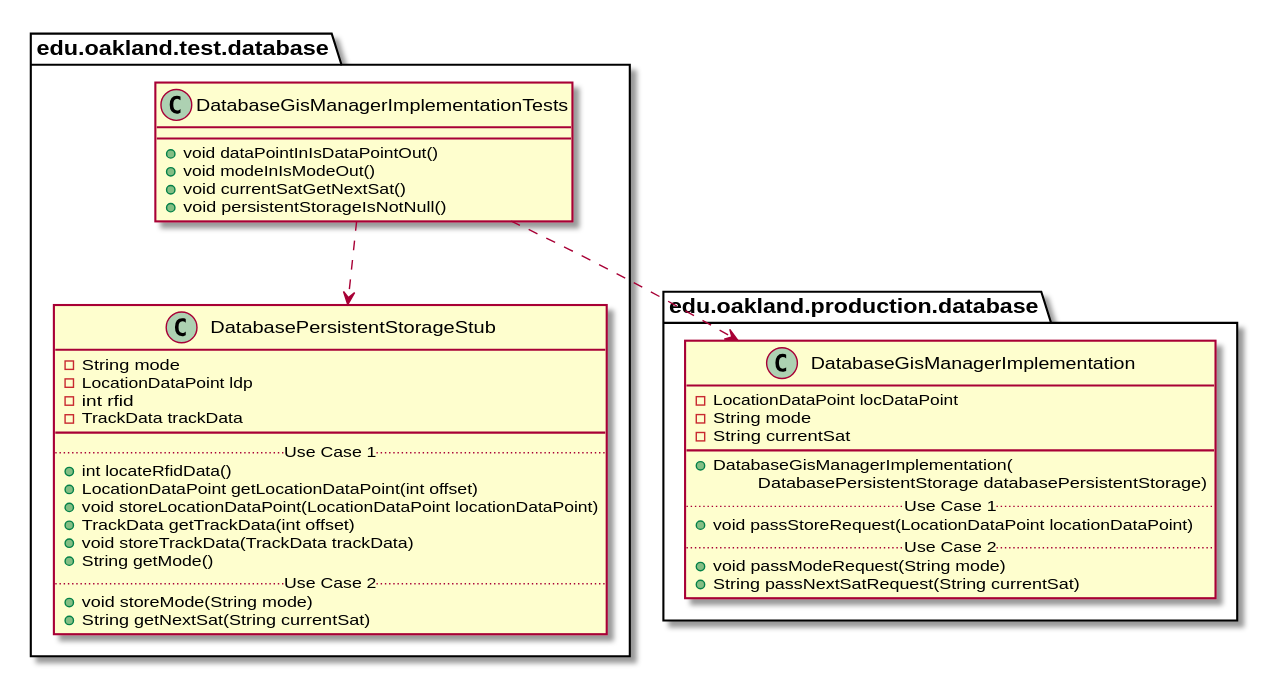
This is docs/uml-class-diagrams/database/test/DatabaseGisManagerImplementationTests/DatabaseGisManagerImplementationTests_DirectDependencies.svg from andrewdimmer/csi-3370-software-project, a PlantUML export, as it was before one commit.
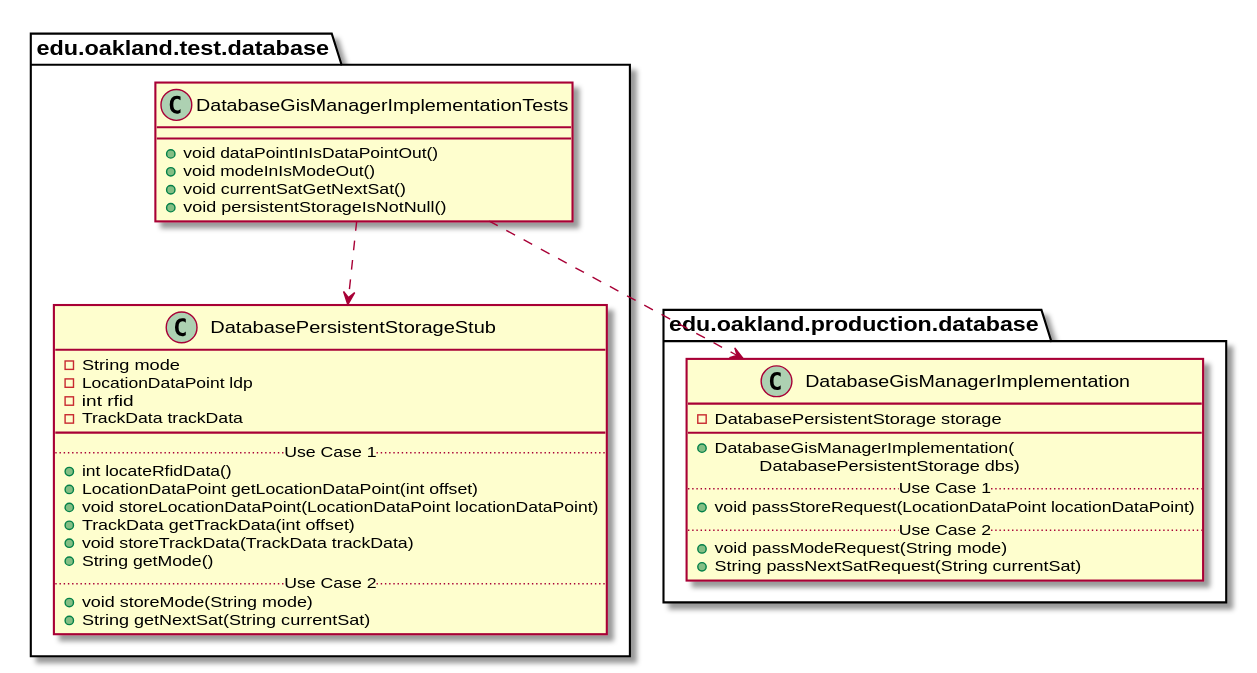
Later version of the same file.

The edit, as a diff of the source:
```diff
@@ -37,12 +37,10 @@
 
 package edu.oakland.production.database {
     class DatabaseGisManagerImplementation {
-        - LocationDataPoint locDataPoint
-        - String mode
-        - String currentSat
+        - DatabasePersistentStorage storage
         __
         + DatabaseGisManagerImplementation(
-        \tDatabasePersistentStorage databasePersistentStorage)
+        \tDatabasePersistentStorage dbs)
         .. Use Case 1 ..
         + void passStoreRequest(LocationDataPoint locationDataPoint)
         .. Use Case 2 ..
```
